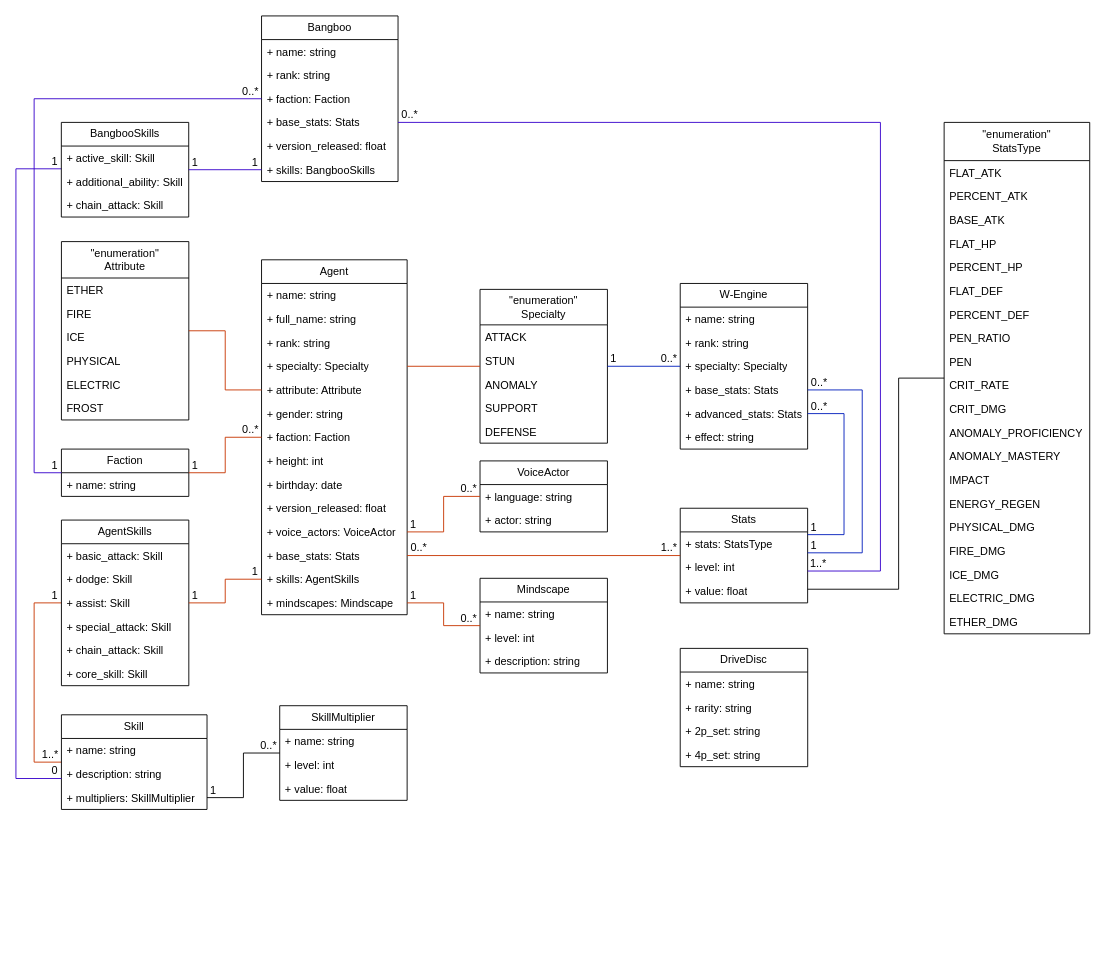
This is assets/class_diagram.drawio from GaruXer/api.zenless-zone-zero, a draw.io file, before an edit. Source tidied: cells renumbered, new cells numbered last; positions are measured from the earlier drawing's top-left corner, leaving out a move shared by most shapes. Both pictures are drawn from the tidied source at 91%, with x=0, y=0 at pixel (15, 15).
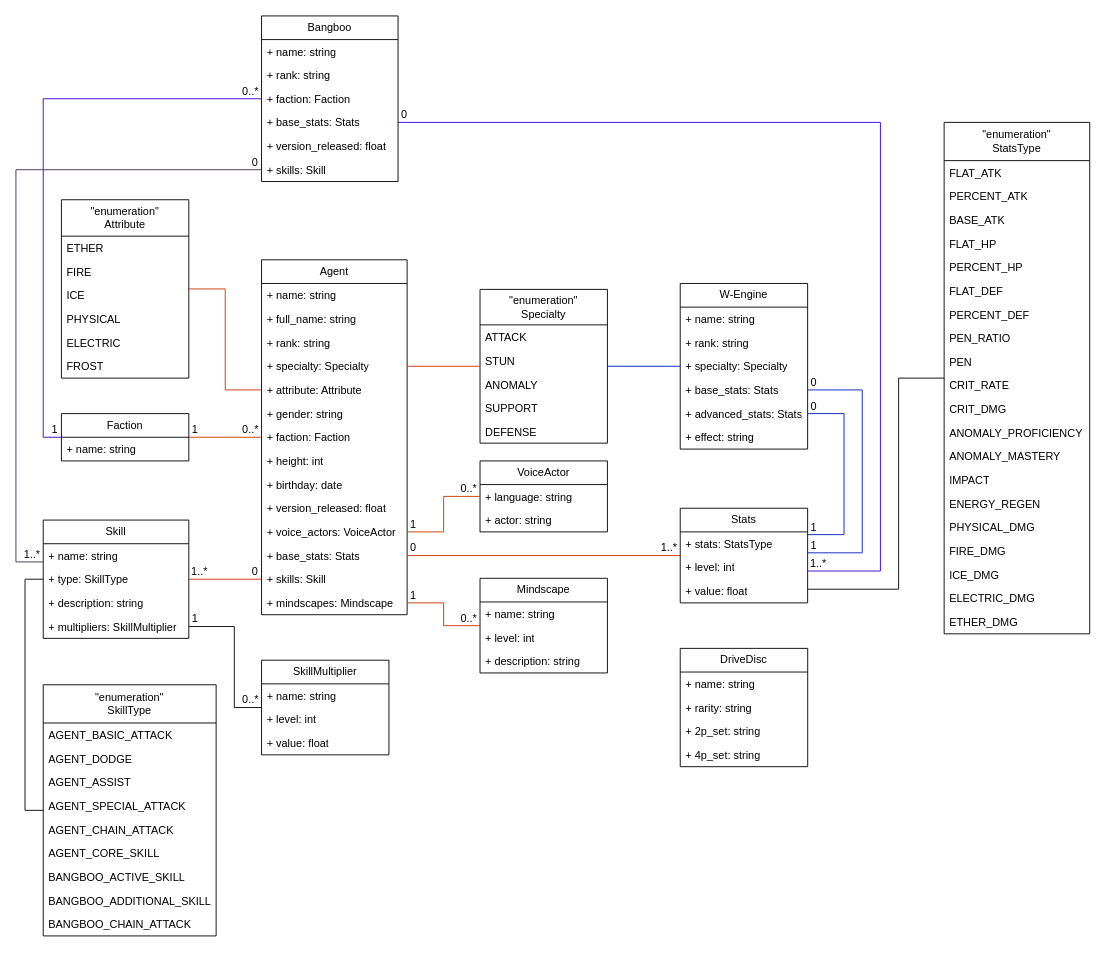
After the change.

Unchanged cells that the change refers to:
```xml
<mxCell id="2" value="Agent" style="swimlane;fontStyle=0;horizontal=1;startSize=26;fillColor=none;whiteSpace=wrap;html=1;" parent="1" vertex="1">
  <mxGeometry x="269.9" y="268" width="160" height="390" as="geometry" />
</mxCell>
<mxCell id="24" value="Bangboo" style="swimlane;fontStyle=0;horizontal=1;startSize=26;fillColor=none;whiteSpace=wrap;html=1;" parent="1" vertex="1">
  <mxGeometry x="269.9" width="150" height="182" as="geometry" />
</mxCell>
<mxCell id="27" value="+ faction: Faction" style="text;strokeColor=none;fillColor=none;align=left;verticalAlign=top;spacingLeft=4;spacingRight=4;overflow=hidden;points=[[0,0.5],[1,0.5]];portConstraint=eastwest;whiteSpace=wrap;html=1;" parent="24" vertex="1">
  <mxGeometry y="78" width="150" height="26" as="geometry" />
</mxCell>
```

What changed in the source:
```diff
@@
-    <mxCell id="15" value="+ skills: AgentSkills" style="text;strokeColor=none;fillColor=none;align=left;verticalAlign=top;spacingLeft=4;spacingRight=4;overflow=hidden;points=[[0,0.5],[1,0.5]];portConstraint=eastwest;whiteSpace=wrap;html=1;" parent="2" vertex="1">
+    <mxCell id="15" value="+ skills: Skill" style="text;strokeColor=none;fillColor=none;align=left;verticalAlign=top;spacingLeft=4;spacingRight=4;overflow=hidden;points=[[0,0.5],[1,0.5]];portConstraint=eastwest;whiteSpace=wrap;html=1;" parent="2" vertex="1">
       <mxGeometry y="338" width="160" height="26" as="geometry" />
     </mxCell>
@@
-    <mxCell id="30" value="+ skills: BangbooSkills" style="text;strokeColor=none;fillColor=none;align=left;verticalAlign=top;spacingLeft=4;spacingRight=4;overflow=hidden;points=[[0,0.5],[1,0.5]];portConstraint=eastwest;whiteSpace=wrap;html=1;" parent="24" vertex="1">
+    <mxCell id="30" value="+ skills: Skill" style="text;strokeColor=none;fillColor=none;align=left;verticalAlign=top;spacingLeft=4;spacingRight=4;overflow=hidden;points=[[0,0.5],[1,0.5]];portConstraint=eastwest;whiteSpace=wrap;html=1;" parent="24" vertex="1">
       <mxGeometry y="156" width="150" height="26" as="geometry" />
     </mxCell>
@@
     <mxCell id="36" value="&lt;div&gt;&lt;font style=&quot;color: light-dark(rgb(0, 0, 0), rgb(255, 255, 255));&quot;&gt;&quot;enumeration&quot;&lt;/font&gt;&lt;/div&gt;Attribute" style="swimlane;fontStyle=0;horizontal=1;startSize=40;fillColor=none;whiteSpace=wrap;html=1;" parent="1" vertex="1">
-      <mxGeometry x="50" y="248" width="140" height="196" as="geometry" />
+      <mxGeometry x="50" y="202" width="140" height="196" as="geometry" />
     </mxCell>
@@
     <mxCell id="49" value="Faction" style="swimlane;fontStyle=0;horizontal=1;startSize=26;fillColor=none;whiteSpace=wrap;html=1;" parent="1" vertex="1">
-      <mxGeometry x="50" y="476" width="140" height="52" as="geometry" />
+      <mxGeometry x="50" y="437" width="140" height="52" as="geometry" />
     </mxCell>
@@
-    <mxCell id="51" style="edgeStyle=orthogonalEdgeStyle;html=1;rounded=0;curved=0;endArrow=none;endFill=0;strokeColor=#C73500;fillColor=#fa6800;" parent="1" edge="1" source="52" target="59">
-      <mxGeometry relative="1" as="geometry">
-        <Array as="points">
-          <mxPoint x="20" y="645" />
-          <mxPoint x="20" y="820" />
-        </Array>
-      </mxGeometry>
-    </mxCell>
-    <mxCell id="52" value="AgentSkills" style="swimlane;fontStyle=0;horizontal=1;startSize=26;fillColor=none;whiteSpace=wrap;html=1;" parent="1" vertex="1">
-      <mxGeometry x="50" y="554" width="140" height="182" as="geometry" />
-    </mxCell>
-    <mxCell id="53" value="+ basic_attack: Skill" style="text;strokeColor=none;fillColor=none;align=left;verticalAlign=top;spacingLeft=4;spacingRight=4;overflow=hidden;whiteSpace=wrap;html=1;" parent="52" vertex="1">
-      <mxGeometry y="26" width="140" height="26" as="geometry" />
-    </mxCell>
-    <mxCell id="54" value="+ dodge: Skill" style="text;strokeColor=none;fillColor=none;align=left;verticalAlign=top;spacingLeft=4;spacingRight=4;overflow=hidden;whiteSpace=wrap;html=1;" parent="52" vertex="1">
-      <mxGeometry y="52" width="140" height="26" as="geometry" />
-    </mxCell>
-    <mxCell id="55" value="+ assist: Skill" style="text;strokeColor=none;fillColor=none;align=left;verticalAlign=top;spacingLeft=4;spacingRight=4;overflow=hidden;whiteSpace=wrap;html=1;" parent="52" vertex="1">
-      <mxGeometry y="78" width="140" height="26" as="geometry" />
-    </mxCell>
-    <mxCell id="56" value="+ special_attack: Skill" style="text;strokeColor=none;fillColor=none;align=left;verticalAlign=top;spacingLeft=4;spacingRight=4;overflow=hidden;whiteSpace=wrap;html=1;" parent="52" vertex="1">
-      <mxGeometry y="104" width="140" height="26" as="geometry" />
-    </mxCell>
-    <mxCell id="57" value="+ chain_attack: Skill" style="text;strokeColor=none;fillColor=none;align=left;verticalAlign=top;spacingLeft=4;spacingRight=4;overflow=hidden;whiteSpace=wrap;html=1;" parent="52" vertex="1">
-      <mxGeometry y="130" width="140" height="26" as="geometry" />
-    </mxCell>
-    <mxCell id="58" value="+ core_skill: Skill" style="text;strokeColor=none;fillColor=none;align=left;verticalAlign=top;spacingLeft=4;spacingRight=4;overflow=hidden;whiteSpace=wrap;html=1;" parent="52" vertex="1">
-      <mxGeometry y="156" width="140" height="26" as="geometry" />
-    </mxCell>
     <mxCell id="59" value="Skill" style="swimlane;fontStyle=0;horizontal=1;startSize=26;fillColor=none;whiteSpace=wrap;html=1;" parent="1" vertex="1">
-      <mxGeometry x="50" y="768" width="160" height="104" as="geometry" />
+      <mxGeometry x="30" y="554" width="160" height="130" as="geometry" />
     </mxCell>
@@
+    <mxCell id="147" value="+ type: SkillType" style="text;strokeColor=none;fillColor=none;align=left;verticalAlign=top;spacingLeft=4;spacingRight=4;overflow=hidden;points=[[0,0.5],[1,0.5]];portConstraint=eastwest;whiteSpace=wrap;html=1;" parent="59" vertex="1">
+      <mxGeometry y="52" width="160" height="26" as="geometry" />
+    </mxCell>
     <mxCell id="61" value="+ description: string" style="text;strokeColor=none;fillColor=none;align=left;verticalAlign=top;spacingLeft=4;spacingRight=4;overflow=hidden;whiteSpace=wrap;html=1;" parent="59" vertex="1">
-      <mxGeometry y="52" width="160" height="26" as="geometry" />
+      <mxGeometry y="78" width="160" height="26" as="geometry" />
     </mxCell>
     <mxCell id="62" value="+ multipliers: SkillMultiplier" style="text;strokeColor=none;fillColor=none;align=left;verticalAlign=top;spacingLeft=4;spacingRight=4;overflow=hidden;points=[[0,0.5],[1,0.5]];portConstraint=eastwest;whiteSpace=wrap;html=1;" parent="59" vertex="1">
-      <mxGeometry y="78" width="160" height="26" as="geometry" />
+      <mxGeometry y="104" width="160" height="26" as="geometry" />
     </mxCell>
     <mxCell id="63" value="SkillMultiplier" style="swimlane;fontStyle=0;horizontal=1;startSize=26;fillColor=none;whiteSpace=wrap;html=1;" parent="1" vertex="1">
-      <mxGeometry x="289.9" y="758" width="140" height="104" as="geometry" />
+      <mxGeometry x="269.9" y="708" width="140" height="104" as="geometry" />
     </mxCell>
@@
-    <mxCell id="71" style="edgeStyle=orthogonalEdgeStyle;html=1;rounded=0;curved=0;endArrow=none;endFill=0;fillColor=#6a00ff;strokeColor=#3700CC;" parent="1" edge="1" source="72" target="59">
-      <mxGeometry relative="1" as="geometry">
-        <Array as="points">
-          <mxPoint y="168" />
-          <mxPoint y="838" />
-        </Array>
-      </mxGeometry>
-    </mxCell>
-    <mxCell id="72" value="BangbooSkills" style="swimlane;fontStyle=0;horizontal=1;startSize=26;fillColor=none;whiteSpace=wrap;html=1;" parent="1" vertex="1">
-      <mxGeometry x="49.9" y="117" width="140" height="104" as="geometry" />
-    </mxCell>
-    <mxCell id="73" value="+ active_skill: Skill" style="text;strokeColor=none;fillColor=none;align=left;verticalAlign=top;spacingLeft=4;spacingRight=4;overflow=hidden;whiteSpace=wrap;html=1;" parent="72" vertex="1">
-      <mxGeometry y="26" width="140" height="26" as="geometry" />
-    </mxCell>
-    <mxCell id="74" value="+ additional_ability: Skill" style="text;strokeColor=none;fillColor=none;align=left;verticalAlign=top;spacingLeft=4;spacingRight=4;overflow=hidden;whiteSpace=wrap;html=1;" parent="72" vertex="1">
-      <mxGeometry y="52" width="140" height="26" as="geometry" />
-    </mxCell>
-    <mxCell id="75" value="+ chain_attack: Skill" style="text;strokeColor=none;fillColor=none;align=left;verticalAlign=top;spacingLeft=4;spacingRight=4;overflow=hidden;whiteSpace=wrap;html=1;" parent="72" vertex="1">
-      <mxGeometry y="78" width="140" height="26" as="geometry" />
-    </mxCell>
@@
-    <mxCell id="86" style="edgeStyle=orthogonalEdgeStyle;html=1;exitX=0;exitY=0.5;exitDx=0;exitDy=0;endArrow=none;endFill=0;strokeColor=#C73500;fillColor=#fa6800;rounded=0;curved=0;" parent="1" edge="1" source="15" target="52">
-      <mxGeometry relative="1" as="geometry" />
-    </mxCell>
@@
     <mxCell id="94" style="edgeStyle=orthogonalEdgeStyle;html=1;exitX=1;exitY=0.5;exitDx=0;exitDy=0;endArrow=none;endFill=0;strokeColor=light-dark(#000000,#FFFFFF);rounded=0;curved=0;" parent="1" edge="1" source="62" target="63">
-      <mxGeometry relative="1" as="geometry" />
+      <mxGeometry relative="1" as="geometry">
+        <Array as="points">
+          <mxPoint x="240" y="671" />
+          <mxPoint x="240" y="760" />
+        </Array>
+      </mxGeometry>
     </mxCell>
     <mxCell id="95" value="1" style="text;html=1;align=center;verticalAlign=middle;whiteSpace=wrap;rounded=0;" parent="1" vertex="1">
-      <mxGeometry x="191.9" y="489" width="10" height="10" as="geometry" />
+      <mxGeometry x="191.9" y="450" width="10" height="10" as="geometry" />
     </mxCell>
@@
-    <mxCell id="97" value="1" style="text;html=1;align=center;verticalAlign=middle;whiteSpace=wrap;rounded=0;" parent="1" vertex="1">
-      <mxGeometry x="191.9" y="632" width="10" height="10" as="geometry" />
-    </mxCell>
-    <mxCell id="98" value="1" style="text;html=1;align=center;verticalAlign=middle;whiteSpace=wrap;rounded=0;" parent="1" vertex="1">
-      <mxGeometry x="257.9" y="606" width="10" height="10" as="geometry" />
-    </mxCell>
     <mxCell id="99" value="1..*" style="text;html=1;align=center;verticalAlign=middle;whiteSpace=wrap;rounded=0;" parent="1" vertex="1">
-      <mxGeometry x="28" y="807" width="20" height="10" as="geometry" />
+      <mxGeometry x="191.9" y="606" width="20" height="10" as="geometry" />
     </mxCell>
-    <mxCell id="100" value="1" style="text;html=1;align=center;verticalAlign=middle;whiteSpace=wrap;rounded=0;" parent="1" vertex="1">
-      <mxGeometry x="38" y="632" width="10" height="10" as="geometry" />
-    </mxCell>
     <mxCell id="101" value="0..*" style="text;html=1;align=center;verticalAlign=middle;whiteSpace=wrap;rounded=0;" parent="1" vertex="1">
-      <mxGeometry x="267.9" y="797" width="20" height="10" as="geometry" />
+      <mxGeometry x="248" y="747" width="20" height="10" as="geometry" />
     </mxCell>
     <mxCell id="102" value="1" style="text;html=1;align=center;verticalAlign=middle;whiteSpace=wrap;rounded=0;" parent="1" vertex="1">
-      <mxGeometry x="211.9" y="846" width="10" height="10" as="geometry" />
+      <mxGeometry x="191.9" y="657" width="10" height="10" as="geometry" />
     </mxCell>
@@
-    <mxCell id="108" value="0..*" style="text;html=1;align=center;verticalAlign=middle;whiteSpace=wrap;rounded=0;" parent="1" vertex="1">
-      <mxGeometry x="432.9" y="579" width="20" height="10" as="geometry" />
+    <mxCell id="108" value="0" style="text;html=1;align=center;verticalAlign=middle;whiteSpace=wrap;rounded=0;" parent="1" vertex="1">
+      <mxGeometry x="432" y="579" width="10" height="10" as="geometry" />
     </mxCell>
-    <mxCell id="109" value="1" style="text;html=1;align=center;verticalAlign=middle;whiteSpace=wrap;rounded=0;" parent="1" vertex="1">
-      <mxGeometry x="652" y="372" width="10" height="10" as="geometry" />
-    </mxCell>
-    <mxCell id="110" value="0..*" style="text;html=1;align=center;verticalAlign=middle;whiteSpace=wrap;rounded=0;" parent="1" vertex="1">
-      <mxGeometry x="708" y="372" width="20" height="10" as="geometry" />
-    </mxCell>
@@
-    <mxCell id="113" value="0..*" style="text;html=1;align=center;verticalAlign=middle;whiteSpace=wrap;rounded=0;" parent="1" vertex="1">
-      <mxGeometry x="873" y="424" width="20" height="10" as="geometry" />
+    <mxCell id="113" value="0" style="text;html=1;align=center;verticalAlign=middle;whiteSpace=wrap;rounded=0;" parent="1" vertex="1">
+      <mxGeometry x="872" y="424" width="10" height="10" as="geometry" />
     </mxCell>
-    <mxCell id="114" value="0..*" style="text;html=1;align=center;verticalAlign=middle;whiteSpace=wrap;rounded=0;" parent="1" vertex="1">
-      <mxGeometry x="873" y="398" width="20" height="10" as="geometry" />
+    <mxCell id="114" value="0" style="text;html=1;align=center;verticalAlign=middle;whiteSpace=wrap;rounded=0;" parent="1" vertex="1">
+      <mxGeometry x="872" y="398" width="10" height="10" as="geometry" />
     </mxCell>
-    <mxCell id="115" value="1" style="text;html=1;align=center;verticalAlign=middle;whiteSpace=wrap;rounded=0;" parent="1" vertex="1">
+    <mxCell id="115" value="0" style="text;html=1;align=center;verticalAlign=middle;whiteSpace=wrap;rounded=0;" parent="1" vertex="1">
       <mxGeometry x="257.9" y="156" width="10" height="10" as="geometry" />
     </mxCell>
-    <mxCell id="116" value="1" style="text;html=1;align=center;verticalAlign=middle;whiteSpace=wrap;rounded=0;" parent="1" vertex="1">
-      <mxGeometry x="191.9" y="156" width="10" height="10" as="geometry" />
-    </mxCell>
     <mxCell id="117" value="1" style="text;html=1;align=center;verticalAlign=middle;whiteSpace=wrap;rounded=0;" parent="1" vertex="1">
-      <mxGeometry x="37.9" y="489" width="10" height="10" as="geometry" />
+      <mxGeometry x="37.9" y="450" width="10" height="10" as="geometry" />
     </mxCell>
@@
-    <mxCell id="120" value="0..*" style="text;html=1;align=center;verticalAlign=middle;whiteSpace=wrap;rounded=0;" parent="1" vertex="1">
-      <mxGeometry x="423" y="104" width="20" height="10" as="geometry" />
+    <mxCell id="120" value="0" style="text;html=1;align=center;verticalAlign=middle;whiteSpace=wrap;rounded=0;" parent="1" vertex="1">
+      <mxGeometry x="422" y="104" width="10" height="10" as="geometry" />
     </mxCell>
-    <mxCell id="121" style="edgeStyle=orthogonalEdgeStyle;html=1;exitX=0;exitY=0.5;exitDx=0;exitDy=0;endArrow=none;endFill=0;fillColor=#6a00ff;strokeColor=#3700CC;rounded=0;curved=0;" parent="1" edge="1" source="30" target="72">
-      <mxGeometry relative="1" as="geometry" />
-    </mxCell>
-    <mxCell id="122" value="0" style="text;html=1;align=center;verticalAlign=middle;whiteSpace=wrap;rounded=0;" parent="1" vertex="1">
-      <mxGeometry x="38" y="825" width="10" height="10" as="geometry" />
+    <mxCell id="122" value="1..*" style="text;html=1;align=center;verticalAlign=middle;whiteSpace=wrap;rounded=0;" parent="1" vertex="1">
+      <mxGeometry x="8" y="587" width="20" height="10" as="geometry" />
     </mxCell>
-    <mxCell id="123" value="1" style="text;html=1;align=center;verticalAlign=middle;whiteSpace=wrap;rounded=0;" parent="1" vertex="1">
-      <mxGeometry x="37.9" y="155" width="10" height="10" as="geometry" />
-    </mxCell>
     <mxCell id="124" style="edgeStyle=orthogonalEdgeStyle;html=1;exitX=0;exitY=0.5;exitDx=0;exitDy=0;rounded=0;fillColor=#6a00ff;strokeColor=#3700CC;endArrow=none;endFill=0;" parent="1" edge="1" source="27" target="49">
       <mxGeometry relative="1" as="geometry">
         <Array as="points">
-          <mxPoint x="20" y="91" />
-          <mxPoint x="20" y="502" />
+          <mxPoint x="30" y="91" />
+          <mxPoint x="30" y="463" />
         </Array>
       </mxGeometry>
     </mxCell>
@@
+    <mxCell id="148" style="edgeStyle=none;html=1;exitX=0;exitY=0.5;exitDx=0;exitDy=0;fillColor=#fa6800;strokeColor=#C73500;endArrow=none;endFill=0;" parent="1" edge="1" source="15" target="59">
+      <mxGeometry relative="1" as="geometry" />
+    </mxCell>
+    <mxCell id="149" value="0" style="text;html=1;align=center;verticalAlign=middle;whiteSpace=wrap;rounded=0;" parent="1" vertex="1">
+      <mxGeometry x="258" y="606" width="10" height="10" as="geometry" />
+    </mxCell>
+    <mxCell id="150" style="edgeStyle=orthogonalEdgeStyle;html=1;exitX=0;exitY=0.5;exitDx=0;exitDy=0;rounded=0;fillColor=#76608a;strokeColor=#432D57;endArrow=none;endFill=0;" parent="1" edge="1" source="30" target="59">
+      <mxGeometry relative="1" as="geometry">
+        <Array as="points">
+          <mxPoint y="169" />
+          <mxPoint y="600" />
+        </Array>
+      </mxGeometry>
+    </mxCell>
+    <mxCell id="151" value="&lt;div&gt;&quot;enumeration&quot;&lt;/div&gt;SkillType" style="swimlane;fontStyle=0;horizontal=1;startSize=42;fillColor=none;whiteSpace=wrap;html=1;" parent="1" vertex="1">
+      <mxGeometry x="30" y="735" width="190" height="276" as="geometry" />
+    </mxCell>
+    <mxCell id="152" value="AGENT_BASIC_ATTACK" style="text;strokeColor=none;fillColor=none;align=left;verticalAlign=top;spacingLeft=4;spacingRight=4;overflow=hidden;whiteSpace=wrap;html=1;" parent="151" vertex="1">
+      <mxGeometry y="42" width="190" height="26" as="geometry" />
+    </mxCell>
+    <mxCell id="153" value="AGENT_DODGE" style="text;strokeColor=none;fillColor=none;align=left;verticalAlign=top;spacingLeft=4;spacingRight=4;overflow=hidden;whiteSpace=wrap;html=1;" parent="151" vertex="1">
+      <mxGeometry y="68" width="190" height="26" as="geometry" />
+    </mxCell>
+    <mxCell id="154" value="AGENT_ASSIST" style="text;strokeColor=none;fillColor=none;align=left;verticalAlign=top;spacingLeft=4;spacingRight=4;overflow=hidden;whiteSpace=wrap;html=1;" parent="151" vertex="1">
+      <mxGeometry y="94" width="190" height="26" as="geometry" />
+    </mxCell>
+    <mxCell id="155" value="AGENT_SPECIAL_ATTACK" style="text;strokeColor=none;fillColor=none;align=left;verticalAlign=top;spacingLeft=4;spacingRight=4;overflow=hidden;whiteSpace=wrap;html=1;" parent="151" vertex="1">
+      <mxGeometry y="120" width="190" height="26" as="geometry" />
+    </mxCell>
+    <mxCell id="156" value="AGENT_CHAIN_ATTACK" style="text;strokeColor=none;fillColor=none;align=left;verticalAlign=top;spacingLeft=4;spacingRight=4;overflow=hidden;whiteSpace=wrap;html=1;" parent="151" vertex="1">
+      <mxGeometry y="146" width="190" height="26" as="geometry" />
+    </mxCell>
+    <mxCell id="157" value="AGENT_CORE_SKILL" style="text;strokeColor=none;fillColor=none;align=left;verticalAlign=top;spacingLeft=4;spacingRight=4;overflow=hidden;whiteSpace=wrap;html=1;" parent="151" vertex="1">
+      <mxGeometry y="172" width="190" height="26" as="geometry" />
+    </mxCell>
+    <mxCell id="158" value="BANGBOO_ACTIVE_SKILL" style="text;strokeColor=none;fillColor=none;align=left;verticalAlign=top;spacingLeft=4;spacingRight=4;overflow=hidden;whiteSpace=wrap;html=1;" parent="151" vertex="1">
+      <mxGeometry y="198" width="190" height="26" as="geometry" />
+    </mxCell>
+    <mxCell id="159" value="BANGBOO_ADDITIONAL_SKILL" style="text;strokeColor=none;fillColor=none;align=left;verticalAlign=top;spacingLeft=4;spacingRight=4;overflow=hidden;whiteSpace=wrap;html=1;" parent="151" vertex="1">
+      <mxGeometry y="224" width="190" height="26" as="geometry" />
+    </mxCell>
+    <mxCell id="160" value="BANGBOO_CHAIN_ATTACK" style="text;strokeColor=none;fillColor=none;align=left;verticalAlign=top;spacingLeft=4;spacingRight=4;overflow=hidden;whiteSpace=wrap;html=1;" parent="151" vertex="1">
+      <mxGeometry y="250" width="190" height="26" as="geometry" />
+    </mxCell>
+    <mxCell id="161" style="edgeStyle=orthogonalEdgeStyle;html=1;exitX=0;exitY=0.5;exitDx=0;exitDy=0;rounded=0;curved=0;endArrow=none;endFill=0;" parent="1" edge="1" source="147" target="151">
+      <mxGeometry relative="1" as="geometry">
+        <Array as="points">
+          <mxPoint x="10" y="619" />
+          <mxPoint x="10" y="873" />
+        </Array>
+      </mxGeometry>
+    </mxCell>
```
